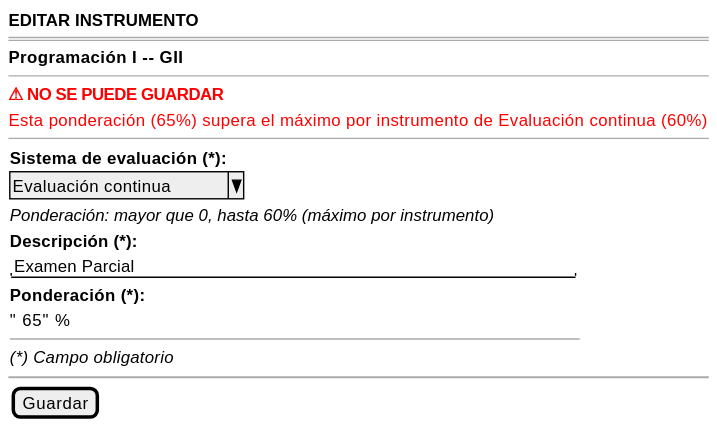
The PlantUML diagram images/RUP/01-requisitos/03-detalle-casos-uso/editarPonderacionEvaluacion/wireframe-error.svg in mmasias/pyCeldaPublico, before a commit. Its diagram source:
```plantuml
@startsalt editarPonderacionEvaluacion-wireframe-error
{
    <b>EDITAR INSTRUMENTO</b>
    ====
    <b>Programación I -- GII</b>
    --
    <color:red><b>⚠ NO SE PUEDE GUARDAR</b></color>
    <color:red>Esta ponderación (65%) supera el máximo por instrumento de Evaluación continua (60%)</color>
    --
    {
        <b>Sistema de evaluación (*):</b>
        ^Evaluación continua^
        <i>Ponderación: mayor que 0, hasta 60% (máximo por instrumento)</i>
        <b>Descripción (*):</b>
        "Examen Parcial                                    "
        <b>Ponderación (*):</b>
        "  65" %
        --
        <i>(*) Campo obligatorio</i>
    }
    ~~
    {[Guardar]}
}
@endsalt
```
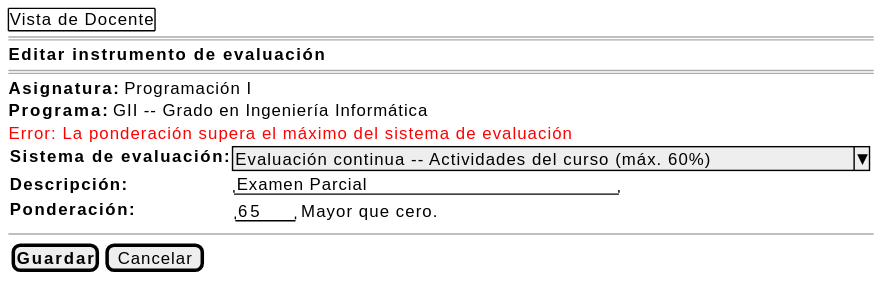
Above is the later version.

Change to the diagram source:
```diff
@@ -1,24 +1,18 @@
 @startsalt editarPonderacionEvaluacion-wireframe-error
 {
-    <b>EDITAR INSTRUMENTO</b>
+    {+ Vista de Docente }
     ====
-    <b>Programación I -- GII</b>
+    <b>Editar instrumento de evaluación</b>
+    ====
+    <b>Asignatura:</b> Programación I
+    <b>Programa:</b> GII -- Grado en Ingeniería Informática
+    <color:red>Error: La ponderación supera el máximo del sistema de evaluación</color>
+    {
+        <b>Sistema de evaluación:</b> | ^Evaluación continua -- Actividades del curso (máx. 60%)^
+        <b>Descripción:</b> | "Examen Parcial                    "
+        <b>Ponderación:</b> | {"65   " | Mayor que cero.}
+    }
     --
-    <color:red><b>⚠ NO SE PUEDE GUARDAR</b></color>
-    <color:red>Esta ponderación (65%) supera el máximo por instrumento de Evaluación continua (60%)</color>
-    --
-    {
-        <b>Sistema de evaluación (*):</b>
-        ^Evaluación continua^
-        <i>Ponderación: mayor que 0, hasta 60% (máximo por instrumento)</i>
-        <b>Descripción (*):</b>
-        "Examen Parcial                                    "
-        <b>Ponderación (*):</b>
-        "  65" %
-        --
-        <i>(*) Campo obligatorio</i>
-    }
-    ~~
-    {[Guardar]}
+    {[<b>Guardar</b>] | [Cancelar]}
 }
 @endsalt
```
